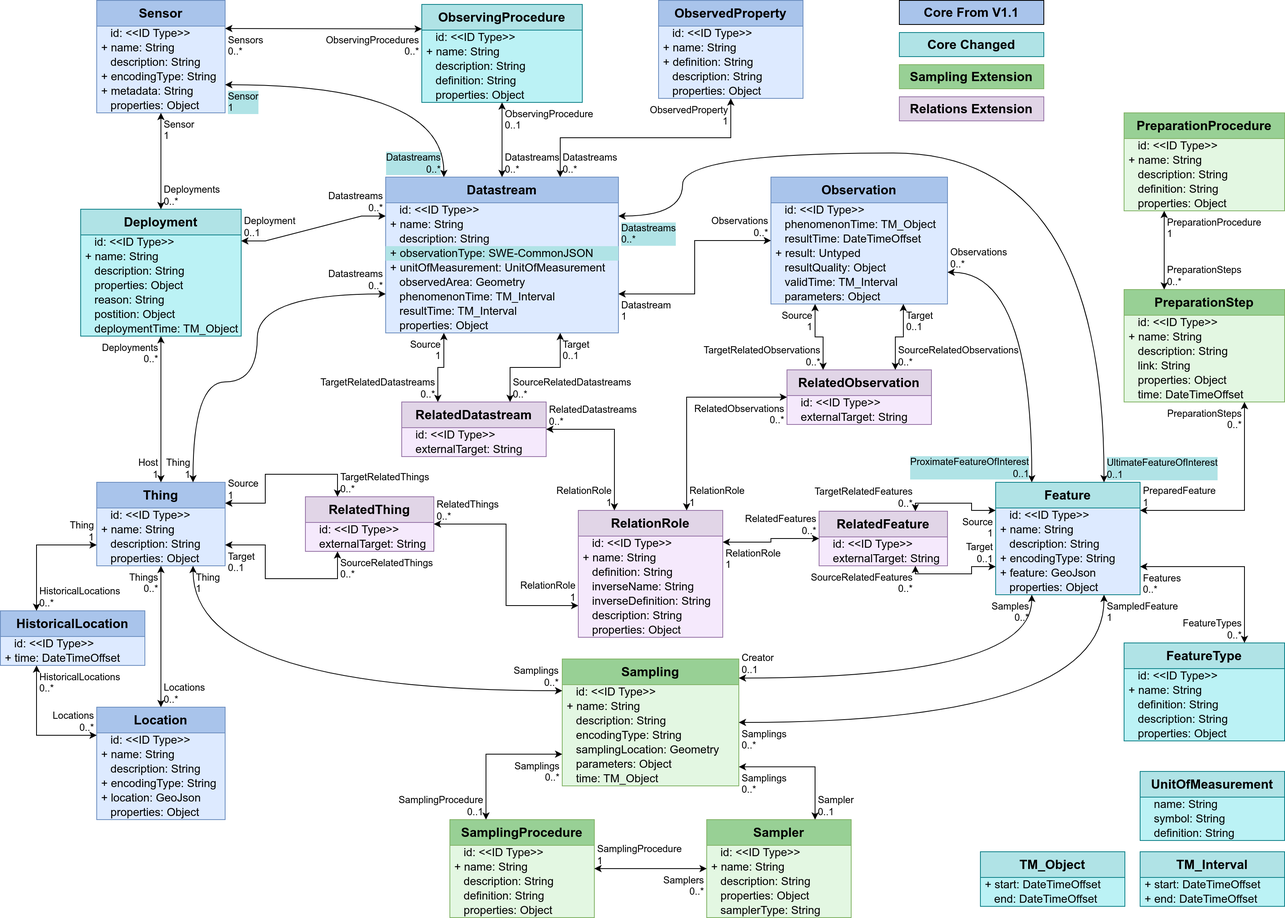
Before: figures/Datamodel-SensorThingsApi-V2-proposal-1.drawio.png, a diagram exported from draw.io (opengeospatial/sensorthings). Source tidied: cells renumbered, new cells last; positions are measured from the earlier drawing's top-left corner, leaving out a move shared by most shapes.
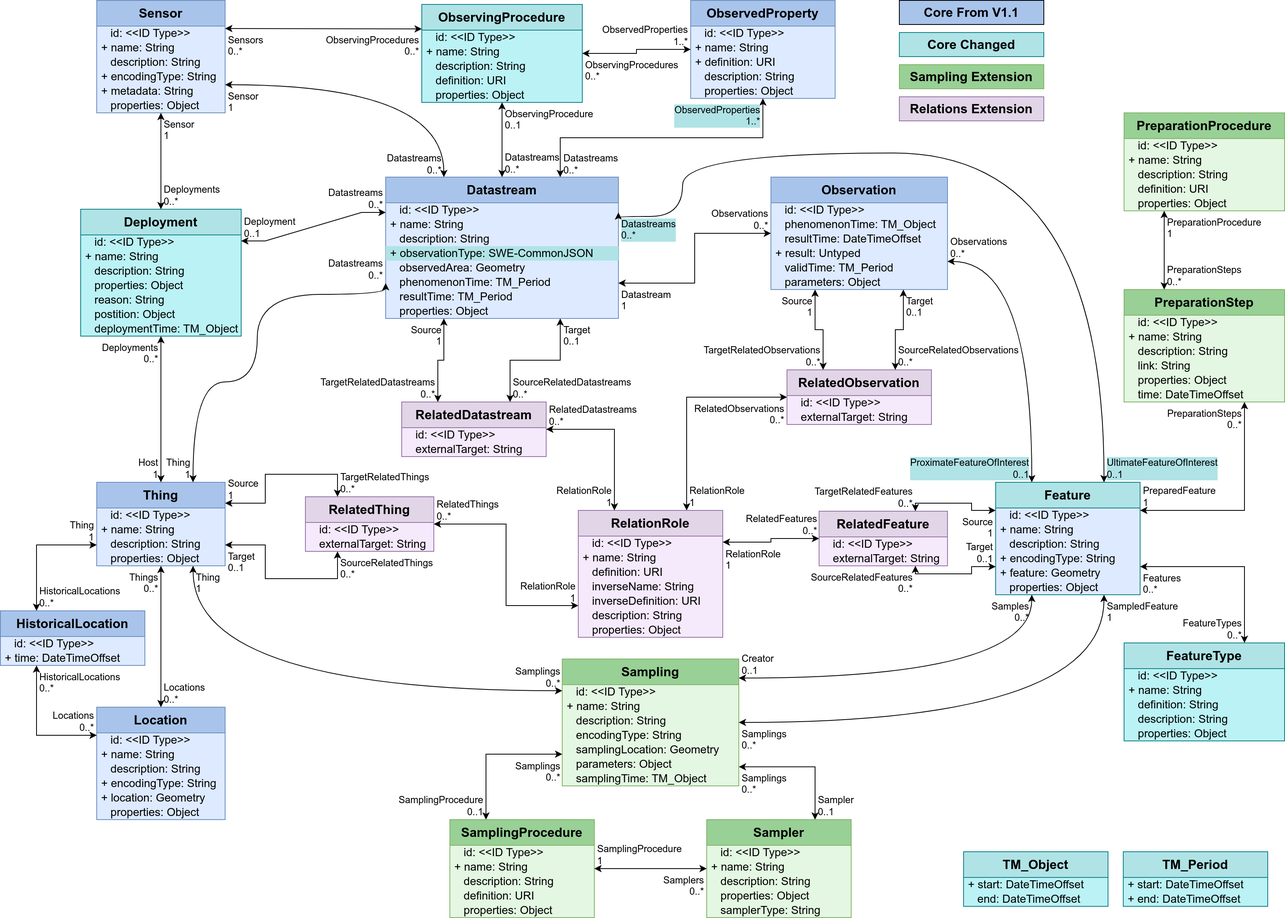
The same file after the commit.

Commit message:
Updated data model proposal image

The edit, as a diff of the source:
```diff
@@ -5,3 +5,3 @@
     <mxCell id="2" value="Datastream" style="swimlane;fontStyle=1;horizontal=1;startSize=32;fontSize=16;whiteSpace=wrap;html=1;fillColor=#A9C4EB;strokeColor=#6c8ebf;swimlaneFillColor=#DDEAFF;verticalAlign=top;" parent="1" vertex="1">
-      <mxGeometry x="480" y="220" width="290" height="194" as="geometry" />
+      <mxGeometry x="480" y="220" width="290" height="176" as="geometry" />
     </mxCell>
@@ -19,16 +19,13 @@
     </mxCell>
-    <mxCell id="7" value="+ unitOfMeasurement: UnitOfMeasurement" style="text;strokeColor=none;fillColor=none;align=left;verticalAlign=middle;spacingLeft=4;spacingRight=4;overflow=visible;html=1;fontSize=14;" parent="2" vertex="1">
-      <mxGeometry y="104" width="290" height="18" as="geometry" />
-    </mxCell>
     <mxCell id="8" value="&amp;nbsp;&amp;nbsp;&amp;nbsp;observedArea: Geometry" style="text;strokeColor=none;fillColor=none;align=left;verticalAlign=middle;spacingLeft=4;spacingRight=4;overflow=visible;html=1;fontSize=14;" parent="2" vertex="1">
-      <mxGeometry y="122" width="290" height="18" as="geometry" />
+      <mxGeometry y="104" width="290" height="18" as="geometry" />
     </mxCell>
-    <mxCell id="9" value="&amp;nbsp;&amp;nbsp;&amp;nbsp;phenomenonTime: TM_Interval" style="text;strokeColor=none;fillColor=none;align=left;verticalAlign=middle;spacingLeft=4;spacingRight=4;overflow=visible;html=1;fontSize=14;" parent="2" vertex="1">
-      <mxGeometry y="140" width="290" height="18" as="geometry" />
+    <mxCell id="9" value="&amp;nbsp;&amp;nbsp;&amp;nbsp;phenomenonTime:&amp;nbsp;TM_Period" style="text;strokeColor=none;fillColor=none;align=left;verticalAlign=middle;spacingLeft=4;spacingRight=4;overflow=visible;html=1;fontSize=14;" parent="2" vertex="1">
+      <mxGeometry y="122" width="290" height="18" as="geometry" />
     </mxCell>
-    <mxCell id="10" value="&amp;nbsp;&amp;nbsp;&amp;nbsp;resultTime: TM_Interval" style="text;strokeColor=none;fillColor=none;align=left;verticalAlign=middle;spacingLeft=4;spacingRight=4;overflow=visible;html=1;fontSize=14;" parent="2" vertex="1">
-      <mxGeometry y="158" width="290" height="18" as="geometry" />
+    <mxCell id="10" value="&amp;nbsp;&amp;nbsp;&amp;nbsp;resultTime:&amp;nbsp;TM_Period" style="text;strokeColor=none;fillColor=none;align=left;verticalAlign=middle;spacingLeft=4;spacingRight=4;overflow=visible;html=1;fontSize=14;" parent="2" vertex="1">
+      <mxGeometry y="140" width="290" height="18" as="geometry" />
     </mxCell>
     <mxCell id="11" value="&amp;nbsp;&amp;nbsp;&amp;nbsp;properties: Object" style="text;strokeColor=none;fillColor=none;align=left;verticalAlign=middle;spacingLeft=4;spacingRight=4;overflow=visible;html=1;fontSize=14;" parent="2" vertex="1">
-      <mxGeometry y="176" width="290" height="18" as="geometry" />
+      <mxGeometry y="158" width="290" height="18" as="geometry" />
     </mxCell>
@@ -73,3 +70,3 @@
     </mxCell>
-    <mxCell id="25" value="+ feature: GeoJson" style="text;strokeColor=none;fillColor=none;align=left;verticalAlign=middle;spacingLeft=4;spacingRight=4;overflow=visible;html=1;fontSize=14;" parent="20" vertex="1">
+    <mxCell id="25" value="+ feature: Geometry" style="text;strokeColor=none;fillColor=none;align=left;verticalAlign=middle;spacingLeft=4;spacingRight=4;overflow=visible;html=1;fontSize=14;" parent="20" vertex="1">
       <mxGeometry y="104" width="180" height="18" as="geometry" />
@@ -145,3 +142,3 @@
     </mxCell>
-    <mxCell id="47" value="+ location: GeoJson" style="text;strokeColor=none;fillColor=none;align=left;verticalAlign=middle;spacingLeft=4;spacingRight=4;overflow=visible;html=1;fontSize=14;" parent="42" vertex="1">
+    <mxCell id="47" value="+ location: Geometry" style="text;strokeColor=none;fillColor=none;align=left;verticalAlign=middle;spacingLeft=4;spacingRight=4;overflow=visible;html=1;fontSize=14;" parent="42" vertex="1">
       <mxGeometry y="104" width="160" height="18" as="geometry" />
@@ -161,3 +158,3 @@
     <mxCell id="52" value="Observation" style="swimlane;fontStyle=1;horizontal=1;startSize=32;fontSize=16;whiteSpace=wrap;html=1;fillColor=#A9C4EB;strokeColor=#6c8ebf;swimlaneFillColor=#DDEAFF;verticalAlign=top;" parent="1" vertex="1">
-      <mxGeometry x="960" y="220" width="220" height="158" as="geometry" />
+      <mxGeometry x="960" y="220" width="220" height="140" as="geometry" />
     </mxCell>
@@ -175,10 +172,7 @@
     </mxCell>
-    <mxCell id="57" value="&amp;nbsp;&amp;nbsp;&amp;nbsp;resultQuality: Object" style="text;strokeColor=none;fillColor=none;align=left;verticalAlign=middle;spacingLeft=4;spacingRight=4;overflow=visible;html=1;fontSize=14;" parent="52" vertex="1">
-      <mxGeometry y="104" width="220" height="18" as="geometry" />
-    </mxCell>
-    <mxCell id="58" value="&amp;nbsp;&amp;nbsp;&amp;nbsp;validTime: TM_Interval" style="text;strokeColor=none;fillColor=none;align=left;verticalAlign=middle;spacingLeft=4;spacingRight=4;overflow=visible;html=1;fontSize=14;" parent="52" vertex="1">
-      <mxGeometry y="122" width="220" height="18" as="geometry" />
+    <mxCell id="58" value="&amp;nbsp;&amp;nbsp;&amp;nbsp;validTime:&amp;nbsp;TM_Period" style="text;strokeColor=none;fillColor=none;align=left;verticalAlign=middle;spacingLeft=4;spacingRight=4;overflow=visible;html=1;fontSize=14;" parent="52" vertex="1">
+      <mxGeometry y="104" width="220" height="18" as="geometry" />
     </mxCell>
     <mxCell id="59" value="&amp;nbsp;&amp;nbsp;&amp;nbsp;parameters: Object" style="text;strokeColor=none;fillColor=none;align=left;verticalAlign=middle;spacingLeft=4;spacingRight=4;overflow=visible;html=1;fontSize=14;" parent="52" vertex="1">
-      <mxGeometry y="140" width="220" height="18" as="geometry" />
+      <mxGeometry y="122" width="220" height="18" as="geometry" />
     </mxCell>
@@ -203,3 +197,3 @@
     <mxCell id="66" value="ObservedProperty" style="swimlane;fontStyle=1;horizontal=1;startSize=32;fontSize=16;whiteSpace=wrap;html=1;fillColor=#A9C4EB;strokeColor=#6c8ebf;swimlaneFillColor=#DDEAFF;verticalAlign=top;" parent="1" vertex="1">
-      <mxGeometry x="820" width="180" height="122" as="geometry" />
+      <mxGeometry x="860" width="180" height="122" as="geometry" />
     </mxCell>
@@ -211,3 +205,3 @@
     </mxCell>
-    <mxCell id="69" value="+ definition: String" style="text;strokeColor=none;fillColor=none;align=left;verticalAlign=middle;spacingLeft=4;spacingRight=4;overflow=visible;html=1;fontSize=14;" parent="66" vertex="1">
+    <mxCell id="69" value="+ definition: URI" style="text;strokeColor=none;fillColor=none;align=left;verticalAlign=middle;spacingLeft=4;spacingRight=4;overflow=visible;html=1;fontSize=14;" parent="66" vertex="1">
       <mxGeometry y="68" width="180" height="18" as="geometry" />
@@ -223,3 +217,3 @@
     </mxCell>
-    <mxCell id="73" value="ObservedProperty&lt;br&gt;1" style="edgeLabel;html=1;align=right;verticalAlign=top;labelBackgroundColor=none;fontSize=12;spacingLeft=1;spacing=3;spacingRight=2;" parent="72" vertex="1">
+    <mxCell id="73" value="ObservedProperties&lt;br&gt;1..*" style="edgeLabel;html=1;align=right;verticalAlign=top;labelBackgroundColor=#B0E3E6;fontSize=12;spacingLeft=1;spacing=3;spacingRight=2;" parent="72" vertex="1">
       <mxGeometry x="-1" relative="1" as="geometry" />
@@ -241,3 +235,3 @@
     </mxCell>
-    <mxCell id="79" value="&amp;nbsp;&amp;nbsp;&amp;nbsp;definition: String" style="text;strokeColor=none;fillColor=none;align=left;verticalAlign=middle;spacingLeft=4;spacingRight=4;overflow=visible;html=1;fontSize=14;" parent="75" vertex="1">
+    <mxCell id="79" value="&amp;nbsp;&amp;nbsp;&amp;nbsp;definition: URI" style="text;strokeColor=none;fillColor=none;align=left;verticalAlign=middle;spacingLeft=4;spacingRight=4;overflow=visible;html=1;fontSize=14;" parent="75" vertex="1">
       <mxGeometry y="86" width="200" height="18" as="geometry" />
@@ -268,3 +262,3 @@
     </mxCell>
-    <mxCell id="88" value="&amp;nbsp;&amp;nbsp;&amp;nbsp;definition: String" style="text;strokeColor=none;fillColor=none;align=left;verticalAlign=middle;spacingLeft=4;spacingRight=4;overflow=visible;html=1;fontSize=14;" parent="84" vertex="1">
+    <mxCell id="88" value="&amp;nbsp;&amp;nbsp;&amp;nbsp;definition: URI" style="text;strokeColor=none;fillColor=none;align=left;verticalAlign=middle;spacingLeft=4;spacingRight=4;overflow=visible;html=1;fontSize=14;" parent="84" vertex="1">
       <mxGeometry y="86" width="200" height="18" as="geometry" />
@@ -412,3 +406,3 @@
     </mxCell>
-    <mxCell id="136" value="&amp;nbsp;&amp;nbsp;&amp;nbsp;definition: String" style="text;strokeColor=none;fillColor=none;align=left;verticalAlign=middle;spacingLeft=4;spacingRight=4;overflow=visible;html=1;fontSize=14;" parent="133" vertex="1">
+    <mxCell id="136" value="&amp;nbsp;&amp;nbsp;&amp;nbsp;definition: URI" style="text;strokeColor=none;fillColor=none;align=left;verticalAlign=middle;spacingLeft=4;spacingRight=4;overflow=visible;html=1;fontSize=14;" parent="133" vertex="1">
       <mxGeometry y="68" width="180" height="18" as="geometry" />
@@ -418,3 +412,3 @@
     </mxCell>
-    <mxCell id="138" value="&amp;nbsp;&amp;nbsp;&amp;nbsp;inverseDefinition: String" style="text;strokeColor=none;fillColor=none;align=left;verticalAlign=middle;spacingLeft=4;spacingRight=4;overflow=visible;html=1;fontSize=14;" parent="133" vertex="1">
+    <mxCell id="138" value="&amp;nbsp;&amp;nbsp;&amp;nbsp;inverseDefinition: URI" style="text;strokeColor=none;fillColor=none;align=left;verticalAlign=middle;spacingLeft=4;spacingRight=4;overflow=visible;html=1;fontSize=14;" parent="133" vertex="1">
       <mxGeometry y="104" width="180" height="18" as="geometry" />
@@ -502,3 +496,3 @@
     </mxCell>
-    <mxCell id="166" value="&amp;nbsp;&amp;nbsp;&amp;nbsp;time: TM_Object" style="text;strokeColor=none;fillColor=none;align=left;verticalAlign=middle;spacingLeft=4;spacingRight=4;overflow=visible;html=1;fontSize=14;" parent="159" vertex="1">
+    <mxCell id="166" value="&amp;nbsp; &amp;nbsp;samplingTime: TM_Object" style="text;strokeColor=none;fillColor=none;align=left;verticalAlign=middle;spacingLeft=4;spacingRight=4;overflow=visible;html=1;fontSize=14;" parent="159" vertex="1">
       <mxGeometry y="140" width="220" height="18" as="geometry" />
@@ -544,3 +538,3 @@
     </mxCell>
-    <mxCell id="180" value="&amp;nbsp;&amp;nbsp;&amp;nbsp;definition: String" style="text;strokeColor=none;fillColor=none;align=left;verticalAlign=middle;spacingLeft=4;spacingRight=4;overflow=visible;html=1;fontSize=14;" parent="176" vertex="1">
+    <mxCell id="180" value="&amp;nbsp;&amp;nbsp;&amp;nbsp;definition: URI" style="text;strokeColor=none;fillColor=none;align=left;verticalAlign=middle;spacingLeft=4;spacingRight=4;overflow=visible;html=1;fontSize=14;" parent="176" vertex="1">
       <mxGeometry y="86" width="180" height="18" as="geometry" />
@@ -592,6 +586,6 @@
     </mxCell>
-    <mxCell id="196" value="Sensor&lt;br&gt;1" style="edgeLabel;html=1;align=left;verticalAlign=top;labelBackgroundColor=#B0E3E6;fontSize=12;spacingLeft=1;spacing=3;spacingRight=2;" parent="195" vertex="1">
+    <mxCell id="196" value="Sensor&lt;br&gt;1" style="edgeLabel;html=1;align=left;verticalAlign=top;labelBackgroundColor=none;fontSize=12;spacingLeft=1;spacing=3;spacingRight=2;" parent="195" vertex="1">
       <mxGeometry x="-1" relative="1" as="geometry" />
     </mxCell>
-    <mxCell id="197" value="Datastreams&lt;br&gt;0..*" style="edgeLabel;html=1;align=right;verticalAlign=bottom;labelBackgroundColor=#B0E3E6;fontSize=12;spacingLeft=1;spacing=3;spacingRight=2;" parent="195" vertex="1">
+    <mxCell id="197" value="Datastreams&lt;br&gt;0..*" style="edgeLabel;html=1;align=right;verticalAlign=bottom;labelBackgroundColor=none;fontSize=12;spacingLeft=1;spacing=3;spacingRight=2;" parent="195" vertex="1">
       <mxGeometry x="1" relative="1" as="geometry" />
@@ -706,4 +700,4 @@
     </mxCell>
-    <mxCell id="230" value="TM_Interval" style="swimlane;fontStyle=1;horizontal=1;startSize=32;fontSize=16;whiteSpace=wrap;html=1;fillColor=#b0e3e6;strokeColor=#0e8088;swimlaneFillColor=#BBF2F5;verticalAlign=top;" parent="1" vertex="1">
-      <mxGeometry x="1420" y="1060" width="180" height="68" as="geometry" />
+    <mxCell id="230" value="TM_Period" style="swimlane;fontStyle=1;horizontal=1;startSize=32;fontSize=16;whiteSpace=wrap;html=1;fillColor=#b0e3e6;strokeColor=#0e8088;swimlaneFillColor=#BBF2F5;verticalAlign=top;" parent="1" vertex="1">
+      <mxGeometry x="1399" y="1060" width="180" height="68" as="geometry" />
     </mxCell>
@@ -716,3 +710,3 @@
     <mxCell id="233" value="TM_Object" style="swimlane;fontStyle=1;horizontal=1;startSize=32;fontSize=16;whiteSpace=wrap;html=1;fillColor=#b0e3e6;strokeColor=#0e8088;swimlaneFillColor=#BBF2F5;verticalAlign=top;" parent="1" vertex="1">
-      <mxGeometry x="1221" y="1060" width="180" height="68" as="geometry" />
+      <mxGeometry x="1200" y="1060" width="180" height="68" as="geometry" />
     </mxCell>
@@ -724,14 +718,2 @@
     </mxCell>
-    <mxCell id="236" value="UnitOfMeasurement" style="swimlane;fontStyle=1;horizontal=1;startSize=32;fontSize=16;whiteSpace=wrap;html=1;fillColor=#b0e3e6;strokeColor=#0e8088;swimlaneFillColor=#BBF2F5;verticalAlign=top;" parent="1" vertex="1">
-      <mxGeometry x="1420" y="960" width="180" height="86" as="geometry" />
-    </mxCell>
-    <mxCell id="237" value="&amp;nbsp;&amp;nbsp;&amp;nbsp;name: String" style="text;strokeColor=none;fillColor=none;align=left;verticalAlign=middle;spacingLeft=4;spacingRight=4;overflow=visible;html=1;fontSize=14;" parent="236" vertex="1">
-      <mxGeometry y="32" width="180" height="18" as="geometry" />
-    </mxCell>
-    <mxCell id="238" value="&amp;nbsp;&amp;nbsp;&amp;nbsp;symbol: String" style="text;strokeColor=none;fillColor=none;align=left;verticalAlign=middle;spacingLeft=4;spacingRight=4;overflow=visible;html=1;fontSize=14;" parent="236" vertex="1">
-      <mxGeometry y="50" width="180" height="18" as="geometry" />
-    </mxCell>
-    <mxCell id="239" value="&amp;nbsp;&amp;nbsp;&amp;nbsp;definition: String" style="text;strokeColor=none;fillColor=none;align=left;verticalAlign=middle;spacingLeft=4;spacingRight=4;overflow=visible;html=1;fontSize=14;" parent="236" vertex="1">
-      <mxGeometry y="68" width="180" height="18" as="geometry" />
-    </mxCell>
     <mxCell id="240" style="endArrow=classic;startArrow=classic;html=1;rounded=0;exitX=1;exitY=0.25;exitDx=0;exitDy=0;entryX=0;entryY=0.25;entryDx=0;entryDy=0;edgeStyle=entityRelationEdgeStyle;" parent="1" edge="1" source="12" target="2">
@@ -757,2 +739,11 @@
     </mxCell>
+    <mxCell id="247" style="endArrow=classic;startArrow=classic;html=1;rounded=0;edgeStyle=orthogonalEdgeStyle;entryX=1;entryY=0.5;entryDx=0;entryDy=0;exitX=0;exitY=0.5;exitDx=0;exitDy=0;" parent="1" edge="1" source="66" target="75">
+      <mxGeometry relative="1" as="geometry" />
+    </mxCell>
+    <mxCell id="248" value="ObservedProperties&lt;br&gt;1..*" style="edgeLabel;html=1;align=right;verticalAlign=bottom;labelBackgroundColor=none;fontSize=12;spacingLeft=1;spacing=3;spacingRight=2;" parent="247" vertex="1">
+      <mxGeometry x="-1" relative="1" as="geometry" />
+    </mxCell>
+    <mxCell id="249" value="ObservingProcedures&lt;br&gt;0..*" style="edgeLabel;html=1;align=left;verticalAlign=top;labelBackgroundColor=none;fontSize=12;spacingLeft=1;spacing=3;spacingRight=2;" parent="247" vertex="1">
+      <mxGeometry x="1" relative="1" as="geometry" />
+    </mxCell>
   </root>
```
